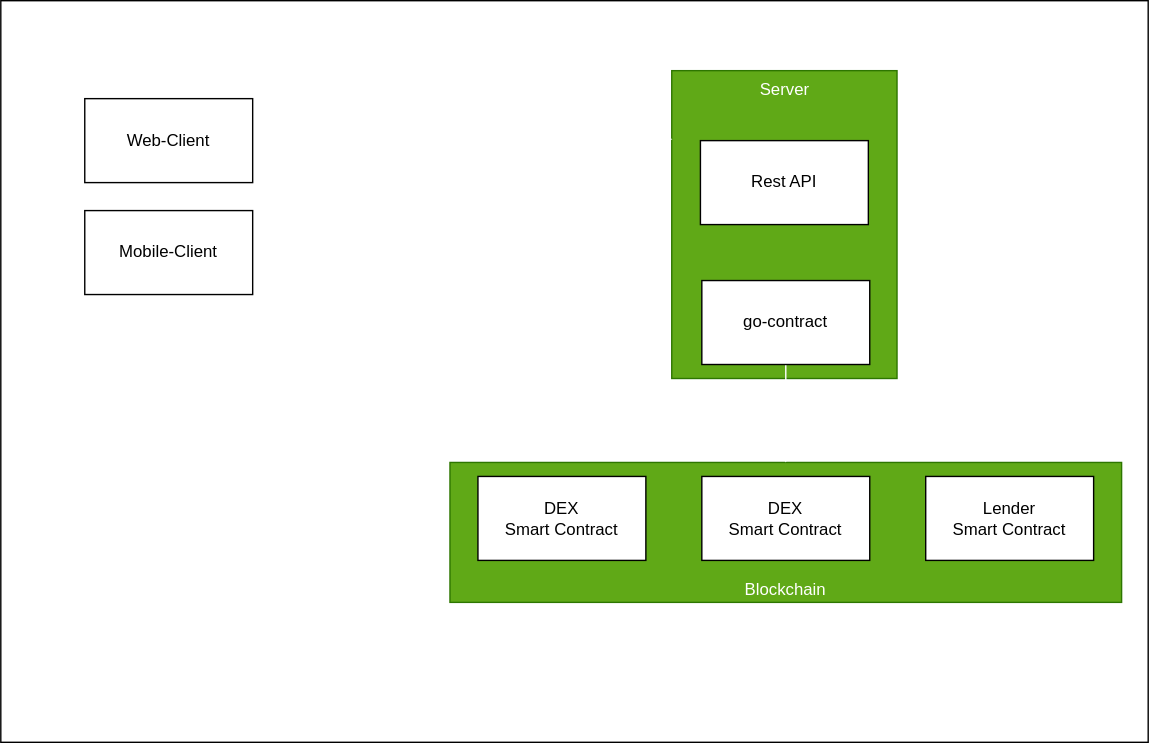
Before: docs/architecture.drawio.svg, a diagram exported from draw.io (arth-arbitrage/dex-go-server). Source tidied: cells renumbered, new cells last; positions are measured from the earlier drawing's top-left corner, leaving out a move shared by most shapes. The source it was exported from:
```xml
<mxGraphModel>
  <root>
    <mxCell id="0" />
    <mxCell id="1" parent="0" />
    <mxCell id="2" style="whiteSpace=wrap;html=1;fillColor=none;" parent="1" vertex="1">
      <mxGeometry width="820" height="530" as="geometry" />
    </mxCell>
    <mxCell id="3" value="Server" style="whiteSpace=wrap;html=1;fillColor=#60a917;verticalAlign=top;strokeColor=#2D7600;fontColor=#ffffff;" parent="1" vertex="1">
      <mxGeometry x="479.5" y="50" width="161" height="220" as="geometry" />
    </mxCell>
    <mxCell id="4" value="Blockchain" style="whiteSpace=wrap;html=1;verticalAlign=bottom;fillColor=#60a917;strokeColor=#2D7600;fontColor=#ffffff;" parent="1" vertex="1">
      <mxGeometry x="321" y="330" width="480" height="100" as="geometry" />
    </mxCell>
    <mxCell id="5" value="DEX&lt;br&gt;Smart Contract" style="whiteSpace=wrap;html=1;" parent="1" vertex="1">
      <mxGeometry x="341" y="340" width="120" height="60" as="geometry" />
    </mxCell>
    <mxCell id="6" value="DEX&lt;br&gt;Smart Contract" style="whiteSpace=wrap;html=1;" parent="1" vertex="1">
      <mxGeometry x="501" y="340" width="120" height="60" as="geometry" />
    </mxCell>
    <mxCell id="7" value="Lender&lt;br&gt;Smart Contract" style="whiteSpace=wrap;html=1;" parent="1" vertex="1">
      <mxGeometry x="661" y="340" width="120" height="60" as="geometry" />
    </mxCell>
    <mxCell id="8" style="edgeStyle=orthogonalEdgeStyle;rounded=0;jettySize=auto;html=1;exitX=0.5;exitY=1;exitDx=0;exitDy=0;entryX=0.5;entryY=0;entryDx=0;entryDy=0;strokeColor=#FFFFFF;" parent="1" edge="1" source="9" target="4">
      <mxGeometry relative="1" as="geometry" />
    </mxCell>
    <mxCell id="9" value="go-contract" style="whiteSpace=wrap;html=1;" parent="1" vertex="1">
      <mxGeometry x="501" y="200" width="120" height="60" as="geometry" />
    </mxCell>
    <mxCell id="10" style="edgeStyle=orthogonalEdgeStyle;rounded=0;jettySize=auto;html=1;exitX=1;exitY=0.5;exitDx=0;exitDy=0;startArrow=classic;startFill=1;strokeColor=#FFFFFF;" parent="1" edge="1" source="11">
      <mxGeometry relative="1" as="geometry">
        <mxPoint x="480" y="99" as="targetPoint" />
      </mxGeometry>
    </mxCell>
    <mxCell id="11" value="Web-Client" style="whiteSpace=wrap;html=1;" parent="1" vertex="1">
      <mxGeometry x="60" y="70" width="120" height="60" as="geometry" />
    </mxCell>
    <mxCell id="12" value="Rest API" style="whiteSpace=wrap;html=1;" parent="1" vertex="1">
      <mxGeometry x="500" y="100" width="120" height="60" as="geometry" />
    </mxCell>
    <mxCell id="13" style="edgeStyle=orthogonalEdgeStyle;rounded=0;jettySize=auto;html=1;exitX=1;exitY=0.5;exitDx=0;exitDy=0;entryX=-0.003;entryY=0.595;entryDx=0;entryDy=0;entryPerimeter=0;startArrow=classic;startFill=1;strokeColor=#FFFFFF;" parent="1" edge="1" source="14" target="3">
      <mxGeometry relative="1" as="geometry" />
    </mxCell>
    <mxCell id="14" value="Mobile-Client" style="whiteSpace=wrap;html=1;" parent="1" vertex="1">
      <mxGeometry x="60" y="150" width="120" height="60" as="geometry" />
    </mxCell>
  </root>
</mxGraphModel>
```
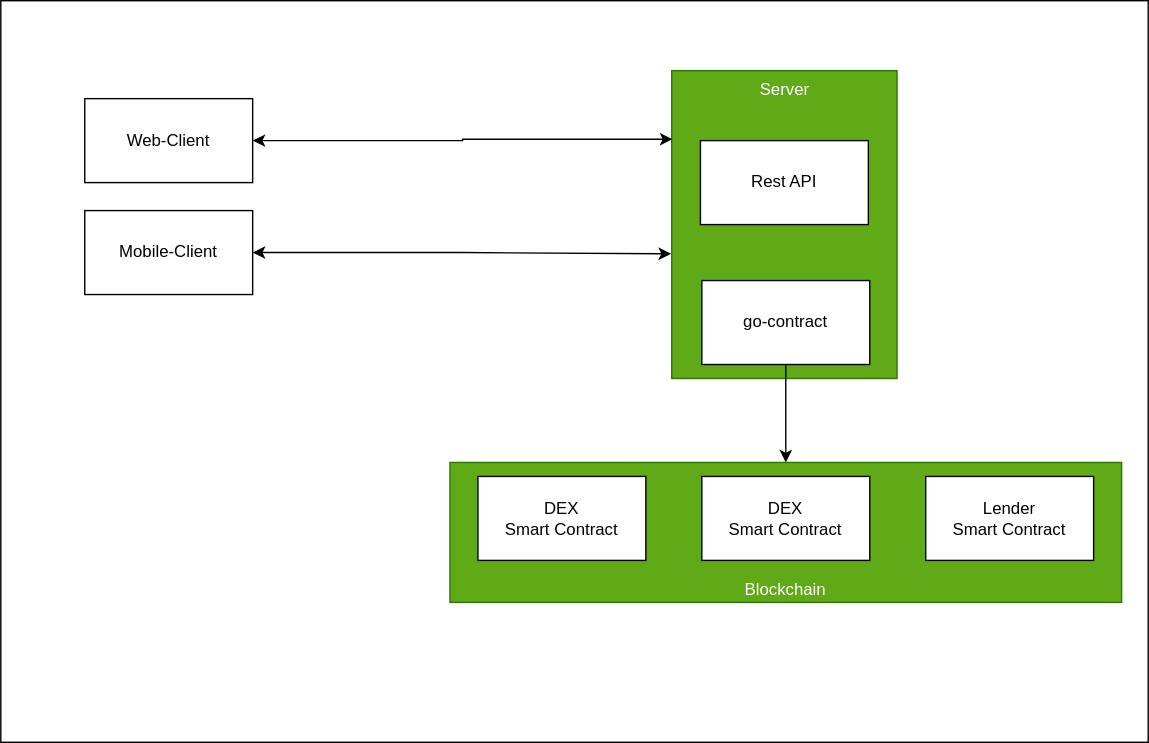
Above is the later version.

What changed in the source:
```diff
@@ -2,7 +2,7 @@
   <root>
     <mxCell id="0" />
     <mxCell id="1" parent="0" />
-    <mxCell id="2" style="whiteSpace=wrap;html=1;fillColor=none;" parent="1" vertex="1">
+    <mxCell id="2" style="whiteSpace=wrap;html=1;fillColor=#FFFFFF;" parent="1" vertex="1">
       <mxGeometry width="820" height="530" as="geometry" />
     </mxCell>
     <mxCell id="3" value="Server" style="whiteSpace=wrap;html=1;fillColor=#60a917;verticalAlign=top;strokeColor=#2D7600;fontColor=#ffffff;" parent="1" vertex="1">
@@ -20,13 +20,13 @@
     <mxCell id="7" value="Lender&lt;br&gt;Smart Contract" style="whiteSpace=wrap;html=1;" parent="1" vertex="1">
       <mxGeometry x="661" y="340" width="120" height="60" as="geometry" />
     </mxCell>
-    <mxCell id="8" style="edgeStyle=orthogonalEdgeStyle;rounded=0;jettySize=auto;html=1;exitX=0.5;exitY=1;exitDx=0;exitDy=0;entryX=0.5;entryY=0;entryDx=0;entryDy=0;strokeColor=#FFFFFF;" parent="1" edge="1" source="9" target="4">
+    <mxCell id="8" style="edgeStyle=orthogonalEdgeStyle;rounded=0;jettySize=auto;html=1;exitX=0.5;exitY=1;exitDx=0;exitDy=0;entryX=0.5;entryY=0;entryDx=0;entryDy=0;strokeColor=#000000;" parent="1" edge="1" source="9" target="4">
       <mxGeometry relative="1" as="geometry" />
     </mxCell>
     <mxCell id="9" value="go-contract" style="whiteSpace=wrap;html=1;" parent="1" vertex="1">
       <mxGeometry x="501" y="200" width="120" height="60" as="geometry" />
     </mxCell>
-    <mxCell id="10" style="edgeStyle=orthogonalEdgeStyle;rounded=0;jettySize=auto;html=1;exitX=1;exitY=0.5;exitDx=0;exitDy=0;startArrow=classic;startFill=1;strokeColor=#FFFFFF;" parent="1" edge="1" source="11">
+    <mxCell id="10" style="edgeStyle=orthogonalEdgeStyle;rounded=0;jettySize=auto;html=1;exitX=1;exitY=0.5;exitDx=0;exitDy=0;startArrow=classic;startFill=1;strokeColor=#000000;" parent="1" edge="1" source="11">
       <mxGeometry relative="1" as="geometry">
         <mxPoint x="480" y="99" as="targetPoint" />
       </mxGeometry>
@@ -37,7 +37,7 @@
     <mxCell id="12" value="Rest API" style="whiteSpace=wrap;html=1;" parent="1" vertex="1">
       <mxGeometry x="500" y="100" width="120" height="60" as="geometry" />
     </mxCell>
-    <mxCell id="13" style="edgeStyle=orthogonalEdgeStyle;rounded=0;jettySize=auto;html=1;exitX=1;exitY=0.5;exitDx=0;exitDy=0;entryX=-0.003;entryY=0.595;entryDx=0;entryDy=0;entryPerimeter=0;startArrow=classic;startFill=1;strokeColor=#FFFFFF;" parent="1" edge="1" source="14" target="3">
+    <mxCell id="13" style="edgeStyle=orthogonalEdgeStyle;rounded=0;jettySize=auto;html=1;exitX=1;exitY=0.5;exitDx=0;exitDy=0;entryX=-0.003;entryY=0.595;entryDx=0;entryDy=0;entryPerimeter=0;startArrow=classic;startFill=1;strokeColor=#000000;" parent="1" edge="1" source="14" target="3">
       <mxGeometry relative="1" as="geometry" />
     </mxCell>
     <mxCell id="14" value="Mobile-Client" style="whiteSpace=wrap;html=1;" parent="1" vertex="1">
```
